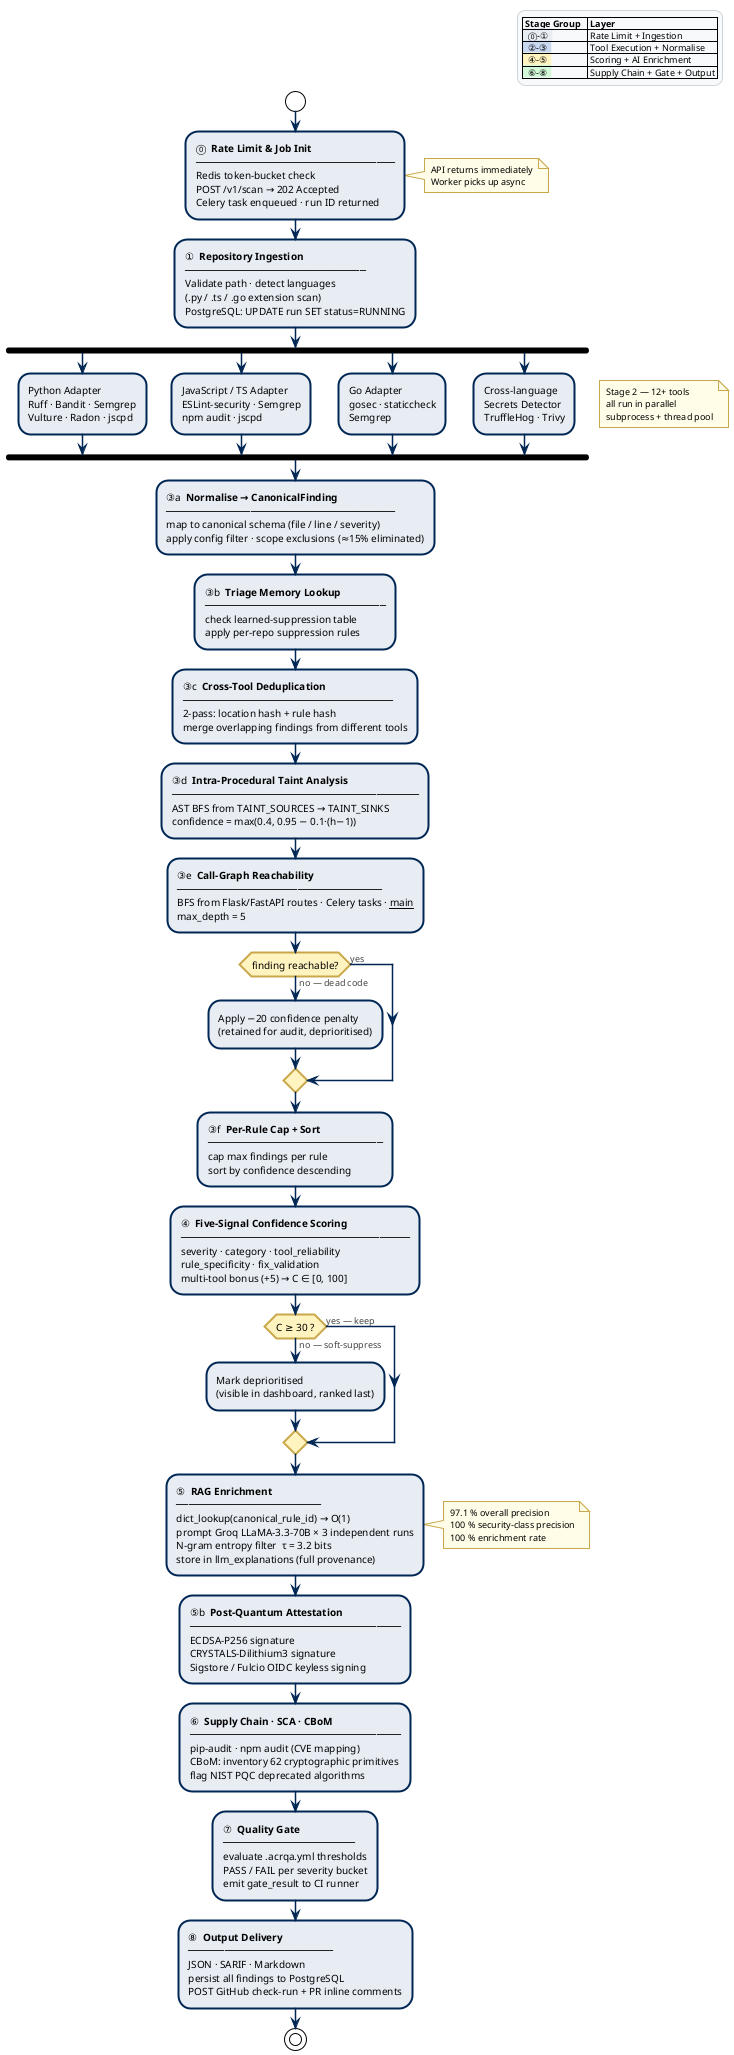
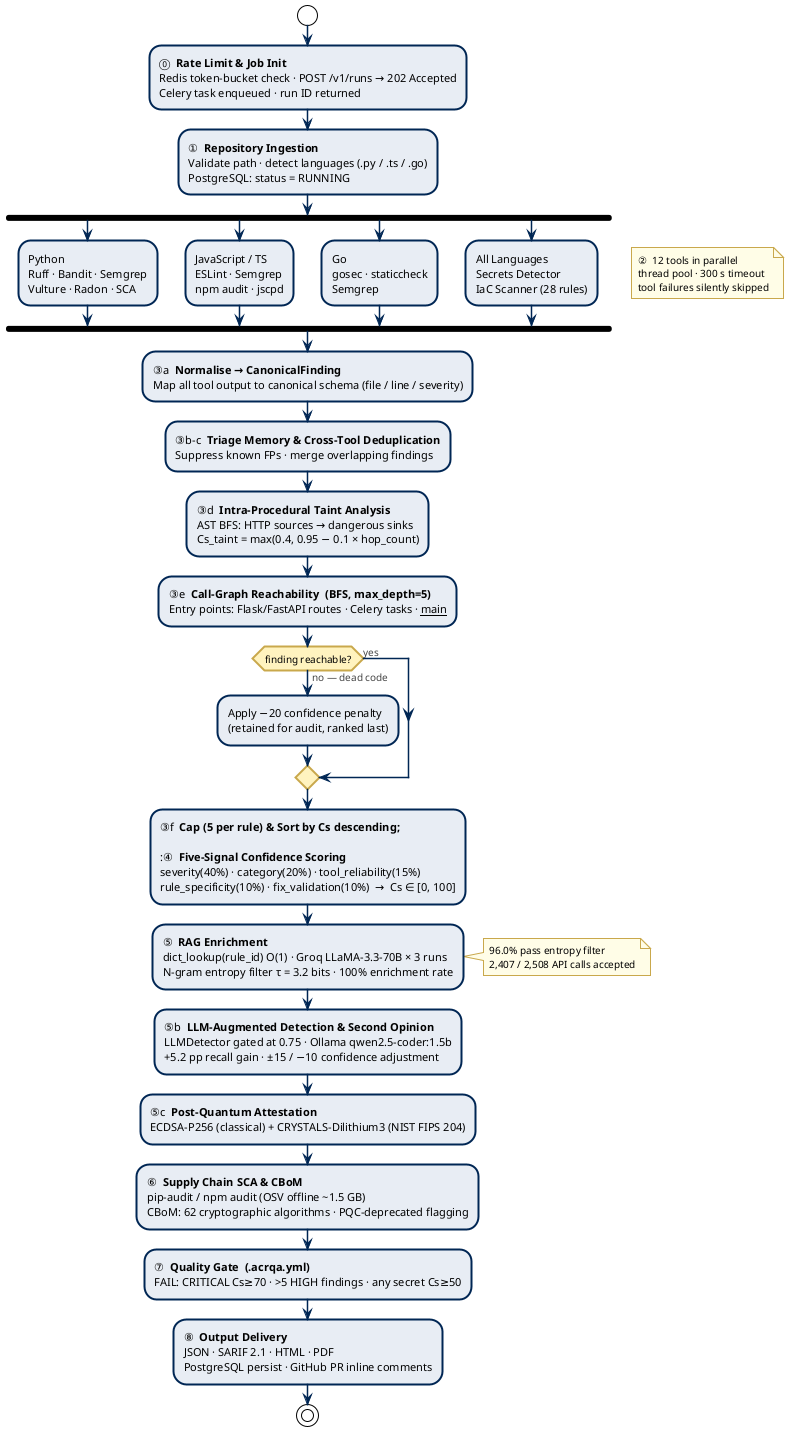
@startuml ACR-QA-Pipeline-Stages
'──────────────────────────────────────────────────────────────
- '  ACR-QA  v4.0.0  —  12-Stage Processing Pipeline
- '  Ahmed Mahmoud Abbas  (222101213)  ·  KSIU  ·  CSE494  ·  2026
+ '  ACR-QA  v5.0.0rc2  —  12-Stage Processing Pipeline
+ '  Portrait A4 — NO scale, activity diagram, fontSize 11
+ '  King Salman International University · CSE494 · 2025-26
'──────────────────────────────────────────────────────────────
!theme plain
skinparam backgroundColor #FFFFFF
skinparam defaultFontName  "Arial"
- skinparam defaultFontSize  10
+ skinparam defaultFontSize  11
skinparam shadowing        false

skinparam activity {
  BackgroundColor        #E8EDF4
  BorderColor            #002654
  BorderThickness        2
-   FontSize               10
+   FontSize               11
  DiamondBackgroundColor #FFF3BF
  DiamondBorderColor     #C9A84C
+   DiamondFontSize        10
}

skinparam arrow {
  Color     #002654
  FontColor #444444
-   FontSize  9
+   FontSize  10
  Thickness 1.5
}

skinparam note {
  BackgroundColor #FFFDE7
  BorderColor     #C9A84C
-   FontSize        9
- }
- 
- skinparam legend {
-   BackgroundColor #F8F9FA
-   BorderColor     #CED4DA
-   FontSize        9
+   FontSize        10
}

start

- '────────────────────────── STAGE 0 ──────────────────────────
:⓪  **Rate Limit & Job Init**
- ─────────────────────────────────
- Redis token-bucket check
- POST /v1/scan → 202 Accepted
+ Redis token-bucket check · POST /v1/runs → 202 Accepted
Celery task enqueued · run ID returned;

- note right
-   API returns immediately
-   Worker picks up async
- end note
+ :①  **Repository Ingestion**
+ Validate path · detect languages (.py / .ts / .go)
+ PostgreSQL: status = RUNNING;

- '────────────────────────── STAGE 1 ──────────────────────────
- :①  **Repository Ingestion**
- ──────────────────────────────
- Validate path · detect languages
- (.py / .ts / .go extension scan)
- PostgreSQL: UPDATE run SET status=RUNNING;
- 
- '────────────────────────── STAGE 2 ──────────────────────────
fork
-   :Python Adapter
+   :Python
  Ruff · Bandit · Semgrep
-   Vulture · Radon · jscpd;
+   Vulture · Radon · SCA;
fork again
-   :JavaScript / TS Adapter
-   ESLint-security · Semgrep
+   :JavaScript / TS
+   ESLint · Semgrep
  npm audit · jscpd;
fork again
-   :Go Adapter
+   :Go
  gosec · staticcheck
  Semgrep;
fork again
-   :Cross-language
+   :All Languages
  Secrets Detector
-   TruffleHog · Trivy;
+   IaC Scanner (28 rules);
end fork

note right
-   Stage 2 — 12+ tools
-   all run in parallel
-   subprocess + thread pool
+   ②  12 tools in parallel
+   thread pool · 300 s timeout
+   tool failures silently skipped
end note

- '────────────────────────── STAGE 3 ──────────────────────────
:③a  **Normalise → CanonicalFinding**
- ──────────────────────────────────────
- map to canonical schema (file / line / severity)
- apply config filter · scope exclusions (≈15% eliminated);
+ Map all tool output to canonical schema (file / line / severity);

- :③b  **Triage Memory Lookup**
- ──────────────────────────────
- check learned-suppression table
- apply per-repo suppression rules;
- 
- :③c  **Cross-Tool Deduplication**
- ───────────────────────────────────
- 2-pass: location hash + rule hash
- merge overlapping findings from different tools;
+ :③b–c  **Triage Memory & Cross-Tool Deduplication**
+ Suppress known FPs · merge overlapping findings;

:③d  **Intra-Procedural Taint Analysis**
- ─────────────────────────────────────────
- AST BFS from TAINT_SOURCES → TAINT_SINKS
- confidence = max(0.4, 0.95 − 0.1·(h−1));
+ AST BFS: HTTP sources → dangerous sinks
+ Cs_taint = max(0.4, 0.95 − 0.1 × hop_count);

- :③e  **Call-Graph Reachability**
- ──────────────────────────────────
- BFS from Flask/FastAPI routes · Celery tasks · __main__
- max_depth = 5;
+ :③e  **Call-Graph Reachability  (BFS, max_depth=5)**
+ Entry points: Flask/FastAPI routes · Celery tasks · __main__;

if (finding reachable?) then (yes)
else (no — dead code)
  :Apply −20 confidence penalty
-   (retained for audit, deprioritised);
+   (retained for audit, ranked last);
endif

- :③f  **Per-Rule Cap + Sort**
- ─────────────────────────────
- cap max findings per rule
- sort by confidence descending;
+ :③f  **Cap (5 per rule) & Sort by Cs descending;**

- '────────────────────────── STAGE 4 ──────────────────────────
:④  **Five-Signal Confidence Scoring**
- ──────────────────────────────────────
- severity · category · tool_reliability
- rule_specificity · fix_validation
- multi-tool bonus (+5) → C ∈ [0, 100];
- 
- if (C ≥ 30 ?) then (yes — keep)
- else (no — soft-suppress)
-   :Mark deprioritised
-   (visible in dashboard, ranked last);
- endif
+ severity(40%) · category(20%) · tool_reliability(15%)
+ rule_specificity(10%) · fix_validation(10%)  →  Cs ∈ [0, 100];

:⑤  **RAG Enrichment**
- ────────────────────────
- dict_lookup(canonical_rule_id) → O(1)
- prompt Groq LLaMA-3.3-70B × 3 independent runs
- N-gram entropy filter  τ = 3.2 bits
- store in llm_explanations (full provenance);
+ dict_lookup(rule_id) O(1) · Groq LLaMA-3.3-70B × 3 runs
+ N-gram entropy filter τ = 3.2 bits · 100% enrichment rate;

note right
-   97.1 % overall precision
-   100 % security-class precision
-   100 % enrichment rate
+   96.0% pass entropy filter
+   2,407 / 2,508 API calls accepted
end note

- :⑤b  **Post-Quantum Attestation**
- ───────────────────────────────────
- ECDSA-P256 signature
- CRYSTALS-Dilithium3 signature
- Sigstore / Fulcio OIDC keyless signing;
+ :⑤b  **LLM-Augmented Detection & Second Opinion**
+ LLMDetector gated at 0.75 · Ollama qwen2.5-coder:1.5b
+ +5.2 pp recall gain · ±15 / −10 confidence adjustment;

- '────────────────────────── STAGE 5 ──────────────────────────
- :⑥  **Supply Chain · SCA · CBoM**
- ───────────────────────────────────
- pip-audit · npm audit (CVE mapping)
- CBoM: inventory 62 cryptographic primitives
- flag NIST PQC deprecated algorithms;
+ :⑤c  **Post-Quantum Attestation**
+ ECDSA-P256 (classical) + CRYSTALS-Dilithium3 (NIST FIPS 204);

- '────────────────────────── STAGE 6 ──────────────────────────
- :⑦  **Quality Gate**
- ──────────────────────
- evaluate .acrqa.yml thresholds
- PASS / FAIL per severity bucket
- emit gate_result to CI runner;
+ :⑥  **Supply Chain SCA & CBoM**
+ pip-audit / npm audit (OSV offline ~1.5 GB)
+ CBoM: 62 cryptographic algorithms · PQC-deprecated flagging;

- '────────────────────────── STAGE 7 ──────────────────────────
+ :⑦  **Quality Gate  (.acrqa.yml)**
+ FAIL: CRITICAL Cs≥70 · >5 HIGH findings · any secret Cs≥50;
+ 
:⑧  **Output Delivery**
- ────────────────────────
- JSON · SARIF · Markdown
- persist all findings to PostgreSQL
- POST GitHub check-run + PR inline comments;
+ JSON · SARIF 2.1 · HTML · PDF
+ PostgreSQL persist · GitHub PR inline comments;

stop

- legend top right
-   |= Stage Group   |= Layer                          |
-   |<back:#E8EDF4>  ⓪–①  </back>| Rate Limit + Ingestion       |
-   |<back:#C8D8F0>  ②–③  </back>| Tool Execution + Normalise   |
-   |<back:#FFF3BF>  ④–⑤  </back>| Scoring + AI Enrichment      |
-   |<back:#D3F9D8>  ⑥–⑧  </back>| Supply Chain + Gate + Output |
- end legend
- 
@enduml
